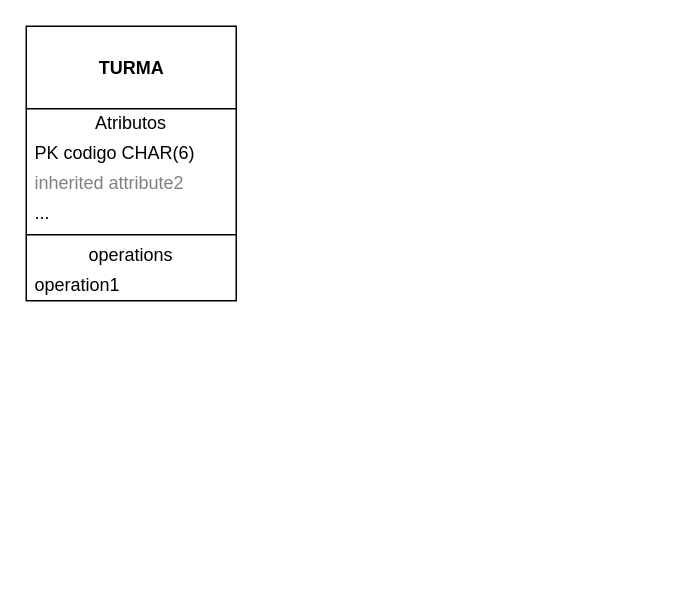
LuisMeirelles/lembre.me-backend keeps this draw.io diagram as Untitled Diagram.drawio. Above is the earlier version. Source tidied: cells renumbered, new cells numbered last; positions are measured from the earlier drawing's top-left corner, leaving out a move shared by most shapes. Both pictures are drawn from the tidied source at 150%, with x=0, y=0 at pixel (26, 26).
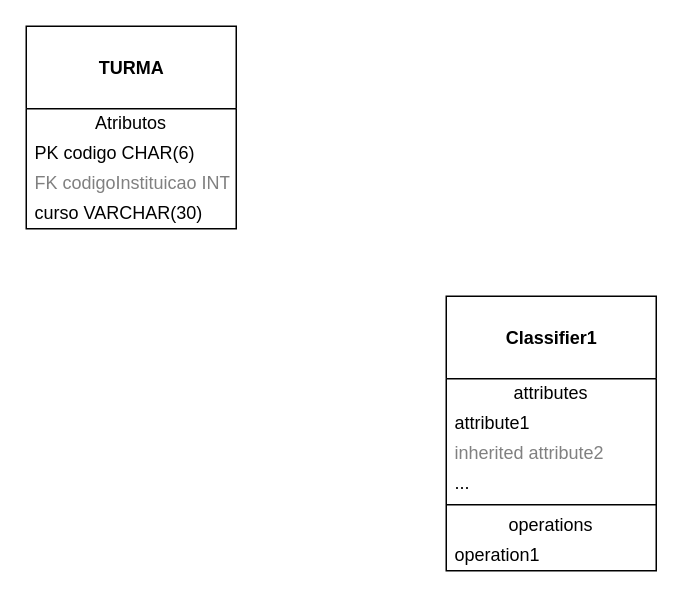
After the change.

Change to the diagram source:
```diff
@@
 <mxGraphModel>
   <root>
     <mxCell id="0" />
     <mxCell id="1" parent="0" />
     <mxCell id="2" value="&lt;b&gt;&lt;br&gt;TURMA&lt;/b&gt;" style="swimlane;fontStyle=0;align=center;verticalAlign=top;horizontal=1;startSize=55;html=1;" parent="1" vertex="1">
-      <mxGeometry width="140" height="183" as="geometry" />
+      <mxGeometry width="140" height="135" as="geometry" />
     </mxCell>
     <mxCell id="3" value="Atributos" style="text;html=1;strokeColor=none;fillColor=none;align=center;verticalAlign=middle;spacingLeft=4;spacingRight=4;overflow=hidden;" parent="2" vertex="1">
       <mxGeometry y="55" width="140" height="20" as="geometry" />
     </mxCell>
     <mxCell id="4" value="PK codigo CHAR(6)" style="text;html=1;strokeColor=none;fillColor=none;align=left;verticalAlign=middle;spacingLeft=4;spacingRight=4;overflow=hidden;" parent="2" vertex="1">
       <mxGeometry y="75" width="140" height="20" as="geometry" />
     </mxCell>
-    <mxCell id="5" value="inherited attribute2" style="text;html=1;strokeColor=none;fillColor=none;align=left;verticalAlign=middle;spacingLeft=4;spacingRight=4;overflow=hidden;fontColor=#808080;" parent="2" vertex="1">
+    <mxCell id="5" value="FK codigoInstituicao INT" style="text;html=1;strokeColor=none;fillColor=none;align=left;verticalAlign=middle;spacingLeft=4;spacingRight=4;overflow=hidden;fontColor=#808080;" parent="2" vertex="1">
       <mxGeometry y="95" width="140" height="20" as="geometry" />
     </mxCell>
+    <mxCell id="10" value="curso VARCHAR(30)" style="text;html=1;strokeColor=none;fillColor=none;align=left;verticalAlign=middle;spacingLeft=4;spacingRight=4;overflow=hidden;" parent="2" vertex="1">
+      <mxGeometry y="115" width="140" height="20" as="geometry" />
+    </mxCell>
+    <mxCell id="11" value="&lt;br&gt;&lt;b&gt;Classifier1&lt;/b&gt;&lt;br&gt;" style="swimlane;fontStyle=0;align=center;verticalAlign=top;horizontal=1;startSize=55;html=1;" parent="1" vertex="1">
+      <mxGeometry x="280" y="180" width="140" height="183" as="geometry" />
+    </mxCell>
+    <mxCell id="12" value="attributes" style="text;html=1;strokeColor=none;fillColor=none;align=center;verticalAlign=middle;spacingLeft=4;spacingRight=4;overflow=hidden;" parent="11" vertex="1">
+      <mxGeometry y="55" width="140" height="20" as="geometry" />
+    </mxCell>
+    <mxCell id="13" value="attribute1" style="text;html=1;strokeColor=none;fillColor=none;align=left;verticalAlign=middle;spacingLeft=4;spacingRight=4;overflow=hidden;" parent="11" vertex="1">
+      <mxGeometry y="75" width="140" height="20" as="geometry" />
+    </mxCell>
+    <mxCell id="14" value="inherited attribute2" style="text;html=1;strokeColor=none;fillColor=none;align=left;verticalAlign=middle;spacingLeft=4;spacingRight=4;overflow=hidden;fontColor=#808080;" parent="11" vertex="1">
+      <mxGeometry y="95" width="140" height="20" as="geometry" />
+    </mxCell>
-    <mxCell id="6" value="..." style="text;html=1;strokeColor=none;fillColor=none;align=left;verticalAlign=middle;spacingLeft=4;spacingRight=4;overflow=hidden;" parent="2" vertex="1">
+    <mxCell id="6" value="..." style="text;html=1;strokeColor=none;fillColor=none;align=left;verticalAlign=middle;spacingLeft=4;spacingRight=4;overflow=hidden;" parent="11" vertex="1">
       <mxGeometry y="115" width="140" height="20" as="geometry" />
     </mxCell>
-    <mxCell id="7" style="line;strokeWidth=1;fillColor=none;align=left;verticalAlign=middle;spacingTop=-1;spacingLeft=3;spacingRight=3;labelPosition=right;" parent="2" vertex="1">
+    <mxCell id="7" style="line;strokeWidth=1;fillColor=none;align=left;verticalAlign=middle;spacingTop=-1;spacingLeft=3;spacingRight=3;labelPosition=right;" parent="11" vertex="1">
       <mxGeometry y="135" width="140" height="8" as="geometry" />
     </mxCell>
-    <mxCell id="8" value="operations" style="text;html=1;strokeColor=none;fillColor=none;align=center;verticalAlign=middle;spacingLeft=4;spacingRight=4;overflow=hidden;" parent="2" vertex="1">
+    <mxCell id="8" value="operations" style="text;html=1;strokeColor=none;fillColor=none;align=center;verticalAlign=middle;spacingLeft=4;spacingRight=4;overflow=hidden;" parent="11" vertex="1">
       <mxGeometry y="143" width="140" height="20" as="geometry" />
     </mxCell>
-    <mxCell id="9" value="operation1" style="text;html=1;strokeColor=none;fillColor=none;align=left;verticalAlign=middle;spacingLeft=4;spacingRight=4;overflow=hidden;" parent="2" vertex="1">
+    <mxCell id="9" value="operation1" style="text;html=1;strokeColor=none;fillColor=none;align=left;verticalAlign=middle;spacingLeft=4;spacingRight=4;overflow=hidden;" parent="11" vertex="1">
       <mxGeometry y="163" width="140" height="20" as="geometry" />
     </mxCell>
   </root>
 </mxGraphModel>
```
